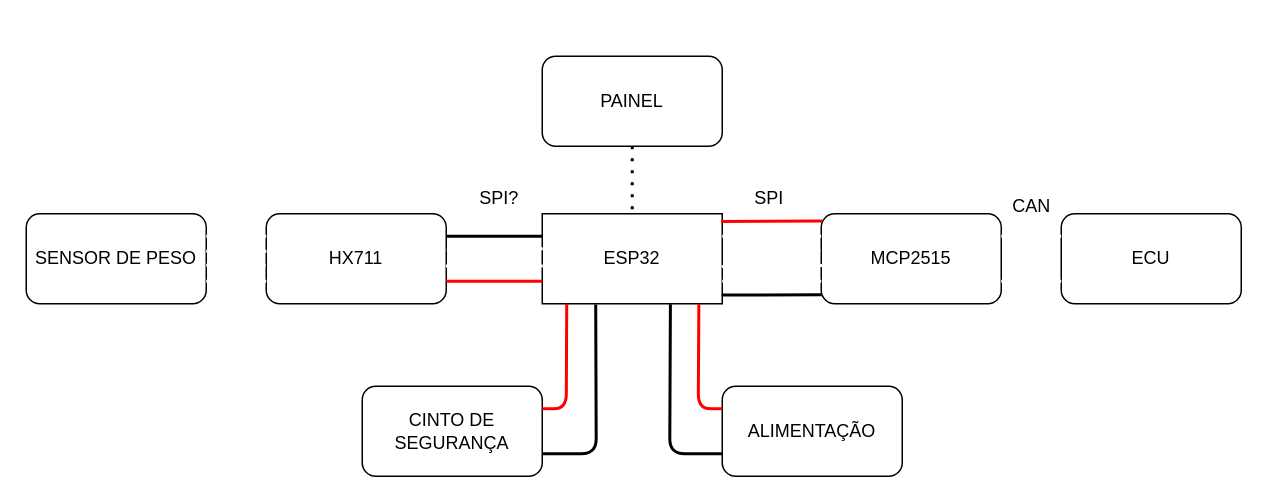
The draw.io diagram Documentation/modelagem.drawio in jeanmira/Integrador-II, before the edit. Source tidied: cells renumbered, new cells numbered last; positions are measured from the earlier drawing's top-left corner, leaving out a move shared by most shapes. Both pictures are drawn from the tidied source at 150%, with x=0, y=0 at pixel (26, 56).
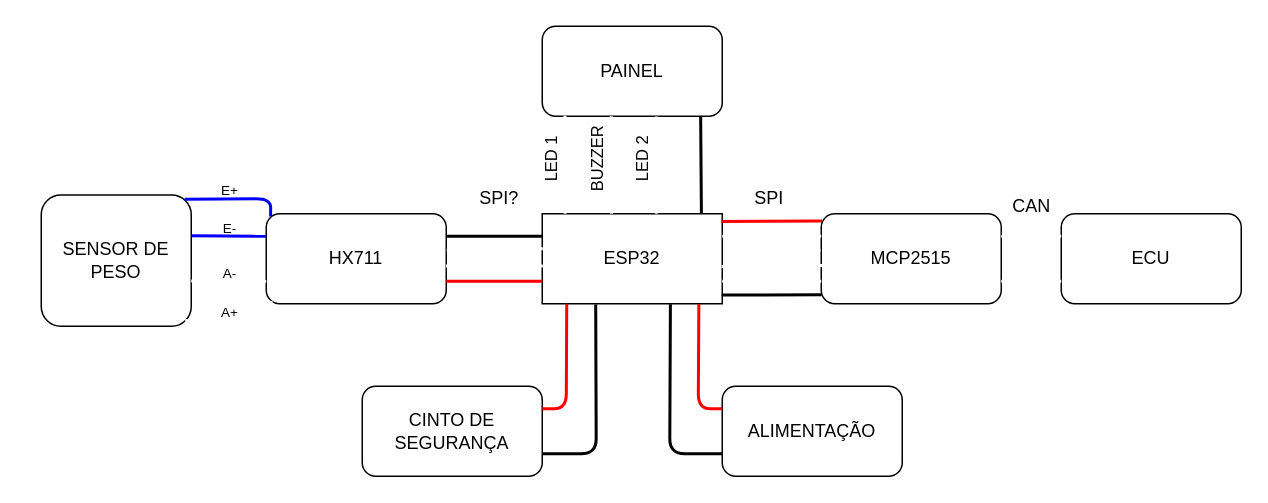
The same page after the edit.

The change refers to these unchanged cells:
```xml
<mxCell id="2" value="ESP32" style="rounded=0;whiteSpace=wrap;html=1;" parent="1" vertex="1">
  <mxGeometry x="344" y="105" width="120" height="60" as="geometry" />
</mxCell>
<mxCell id="15" value="HX711" style="rounded=1;whiteSpace=wrap;html=1;" parent="1" vertex="1">
  <mxGeometry x="160" y="105" width="120" height="60" as="geometry" />
</mxCell>
```

Diff of the diagram source:
```diff
@@
+    <mxCell id="34" parent="0" />
@@
     <mxCell id="13" value="PAINEL" style="rounded=1;whiteSpace=wrap;html=1;" parent="1" vertex="1">
-      <mxGeometry x="344" width="120" height="60" as="geometry" />
+      <mxGeometry x="344" y="-20" width="120" height="60" as="geometry" />
     </mxCell>
-    <mxCell id="14" style="endArrow=none;dashed=1;html=1;dashPattern=1 3;strokeWidth=2;entryX=0.5;entryY=0;entryDx=0;entryDy=0;exitX=0.5;exitY=1;exitDx=0;exitDy=0;" parent="1" edge="1" source="13" target="2">
-      <mxGeometry relative="1" as="geometry" />
-    </mxCell>
@@
     <mxCell id="29" value="SENSOR DE PESO" style="rounded=1;whiteSpace=wrap;html=1;" parent="1" vertex="1">
-      <mxGeometry y="105" width="120" height="60" as="geometry" />
+      <mxGeometry x="10" y="92.5" width="100" height="87.5" as="geometry" />
     </mxCell>
-    <mxCell id="30" style="endArrow=none;html=1;exitX=1;exitY=0.75;exitDx=0;exitDy=0;strokeWidth=2;strokeColor=#FFFFFF;" parent="1" edge="1" source="29">
+    <mxCell id="30" style="endArrow=none;html=1;exitX=0.96;exitY=0.957;exitDx=0;exitDy=0;strokeWidth=2;strokeColor=#FFFFFF;entryX=0.026;entryY=0.966;entryDx=0;entryDy=0;entryPerimeter=0;exitPerimeter=0;" parent="1" edge="1" source="29" target="15">
       <mxGeometry relative="1" as="geometry">
-        <mxPoint x="160" y="150" as="targetPoint" />
+        <Array as="points">
+          <mxPoint x="163" y="176" />
+        </Array>
       </mxGeometry>
     </mxCell>
-    <mxCell id="31" style="endArrow=none;html=1;exitX=1;exitY=0.573;exitDx=0;exitDy=0;strokeWidth=2;strokeColor=#FFFFFF;exitPerimeter=0;entryX=-0.004;entryY=0.573;entryDx=0;entryDy=0;entryPerimeter=0;" parent="1" edge="1" source="29" target="15">
+    <mxCell id="31" style="endArrow=none;html=1;exitX=1;exitY=0.656;exitDx=0;exitDy=0;strokeWidth=2;strokeColor=#FFFFFF;exitPerimeter=0;entryX=0;entryY=0.75;entryDx=0;entryDy=0;" parent="1" edge="1" source="29" target="15">
       <mxGeometry relative="1" as="geometry" />
     </mxCell>
-    <mxCell id="32" style="endArrow=none;html=1;strokeWidth=2;strokeColor=#FFFFFF;entryX=0.001;entryY=0.417;entryDx=0;entryDy=0;entryPerimeter=0;" parent="1" edge="1" target="15">
-      <mxGeometry relative="1" as="geometry">
-        <mxPoint x="120" y="130" as="sourcePoint" />
-      </mxGeometry>
+    <mxCell id="32" style="endArrow=none;html=1;strokeWidth=2;strokeColor=#0000FF;entryX=0;entryY=0.25;entryDx=0;entryDy=0;exitX=1.002;exitY=0.311;exitDx=0;exitDy=0;exitPerimeter=0;" parent="1" edge="1" source="29" target="15">
+      <mxGeometry relative="1" as="geometry" />
     </mxCell>
-    <mxCell id="33" style="endArrow=none;html=1;strokeWidth=2;strokeColor=#FFFFFF;entryX=0;entryY=0.25;entryDx=0;entryDy=0;exitX=1;exitY=0.25;exitDx=0;exitDy=0;" parent="1" edge="1" source="29" target="15">
-      <mxGeometry relative="1" as="geometry" />
+    <mxCell id="33" style="endArrow=none;html=1;strokeWidth=2;strokeColor=#0000FF;entryX=0.024;entryY=0.03;entryDx=0;entryDy=0;exitX=0.956;exitY=0.032;exitDx=0;exitDy=0;exitPerimeter=0;entryPerimeter=0;" parent="1" edge="1" source="29" target="15">
+      <mxGeometry relative="1" as="geometry">
+        <Array as="points">
+          <mxPoint x="163" y="95" />
+        </Array>
+      </mxGeometry>
     </mxCell>
+    <mxCell id="35" style="endArrow=none;html=1;exitX=0.127;exitY=-0.001;exitDx=0;exitDy=0;strokeColor=#FFFFFF;strokeWidth=2;entryX=0.126;entryY=0.995;entryDx=0;entryDy=0;entryPerimeter=0;exitPerimeter=0;" parent="1" edge="1" source="2" target="13">
+      <mxGeometry relative="1" as="geometry" />
+    </mxCell>
+    <mxCell id="36" value="LED 1" style="edgeLabel;html=1;align=center;verticalAlign=middle;labelBackgroundColor=none;rotation=270;" parent="35" vertex="1">
+      <mxGeometry x="-0.09" relative="1" as="geometry">
+        <mxPoint x="-9" y="-5" as="offset" />
+      </mxGeometry>
+    </mxCell>
+    <mxCell id="37" style="endArrow=none;html=1;exitX=0.127;exitY=-0.001;exitDx=0;exitDy=0;strokeColor=#FFFFFF;strokeWidth=2;exitPerimeter=0;" parent="1" edge="1">
+      <mxGeometry relative="1" as="geometry">
+        <mxPoint x="390.1" y="105" as="sourcePoint" />
+        <mxPoint x="390" y="40" as="targetPoint" />
+      </mxGeometry>
+    </mxCell>
+    <mxCell id="38" style="endArrow=none;html=1;exitX=0.127;exitY=-0.001;exitDx=0;exitDy=0;strokeColor=#FFFFFF;strokeWidth=2;entryX=0.634;entryY=1.003;entryDx=0;entryDy=0;entryPerimeter=0;exitPerimeter=0;" parent="1" edge="1" target="13">
+      <mxGeometry relative="1" as="geometry">
+        <mxPoint x="420.1" y="105" as="sourcePoint" />
+      </mxGeometry>
+    </mxCell>
+    <mxCell id="39" style="endArrow=none;html=1;exitX=0.127;exitY=-0.001;exitDx=0;exitDy=0;strokeColor=#000000;strokeWidth=2;entryX=0.88;entryY=1.006;entryDx=0;entryDy=0;entryPerimeter=0;exitPerimeter=0;" parent="1" edge="1" target="13">
+      <mxGeometry relative="1" as="geometry">
+        <mxPoint x="450.1" y="105" as="sourcePoint" />
+      </mxGeometry>
+    </mxCell>
+    <mxCell id="40" value="LED 2" style="edgeLabel;html=1;align=center;verticalAlign=middle;labelBackgroundColor=none;rotation=270;" parent="1" vertex="1">
+      <mxGeometry x="410" y="70" as="geometry" />
+    </mxCell>
+    <mxCell id="41" value="BUZZER" style="edgeLabel;html=1;align=center;verticalAlign=middle;labelBackgroundColor=none;rotation=270;" parent="1" vertex="1">
+      <mxGeometry x="380" y="70" as="geometry" />
+    </mxCell>
+    <mxCell id="42" value="E+" style="text;html=1;strokeColor=none;fillColor=none;align=center;verticalAlign=middle;whiteSpace=wrap;rounded=0;labelBackgroundColor=none;fontSize=9;" parent="1" vertex="1">
+      <mxGeometry x="106" y="75" width="60" height="30" as="geometry" />
+    </mxCell>
+    <mxCell id="43" value="E-" style="text;html=1;strokeColor=none;fillColor=none;align=center;verticalAlign=middle;whiteSpace=wrap;rounded=0;labelBackgroundColor=none;fontSize=9;" parent="1" vertex="1">
+      <mxGeometry x="106" y="100" width="60" height="30" as="geometry" />
+    </mxCell>
+    <mxCell id="44" value="A-" style="text;html=1;strokeColor=none;fillColor=none;align=center;verticalAlign=middle;whiteSpace=wrap;rounded=0;labelBackgroundColor=none;fontSize=9;" parent="1" vertex="1">
+      <mxGeometry x="106" y="130" width="60" height="30" as="geometry" />
+    </mxCell>
+    <mxCell id="45" value="A+" style="text;html=1;strokeColor=none;fillColor=none;align=center;verticalAlign=middle;whiteSpace=wrap;rounded=0;labelBackgroundColor=none;fontSize=9;" parent="1" vertex="1">
+      <mxGeometry x="106" y="156" width="60" height="30" as="geometry" />
+    </mxCell>
```
